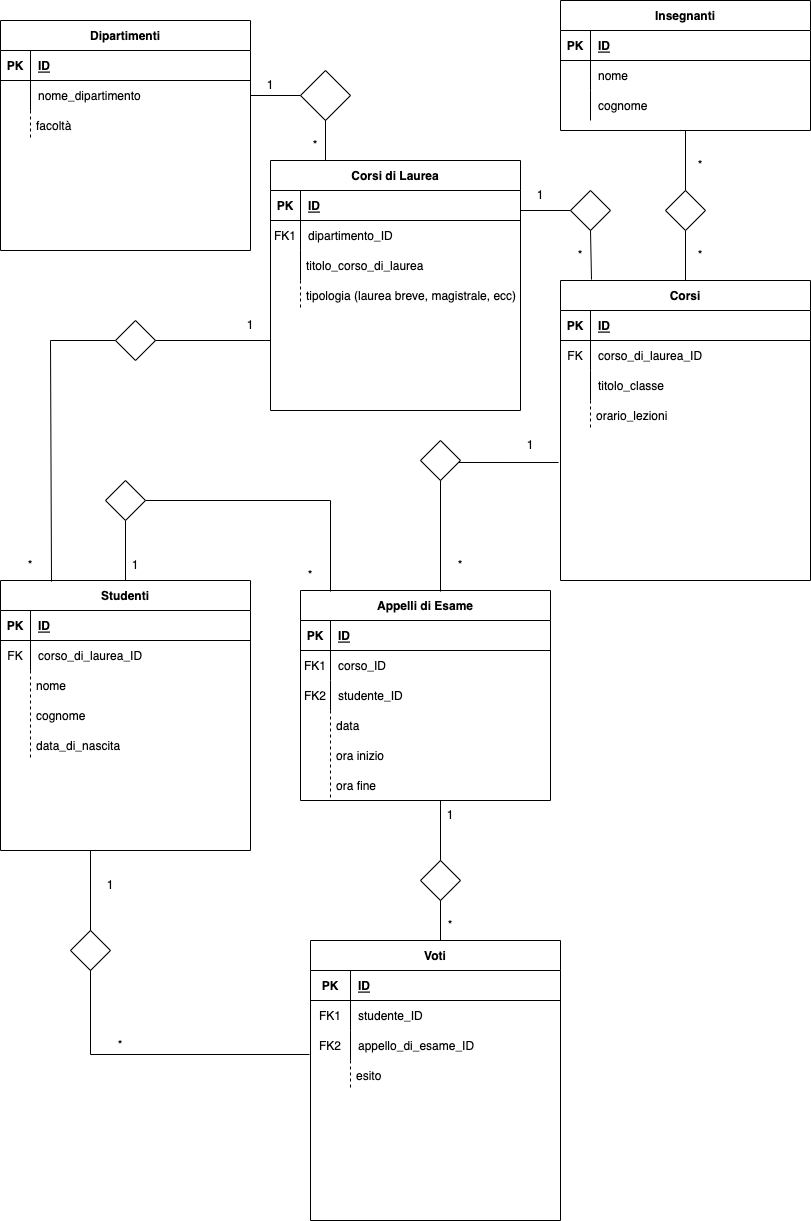
Above: revisionato.png in katiemathis/db-university (draw.io), before the change. Source tidied: cells renumbered, new cells last; positions are measured from the earlier drawing's top-left corner, leaving out a move shared by most shapes.
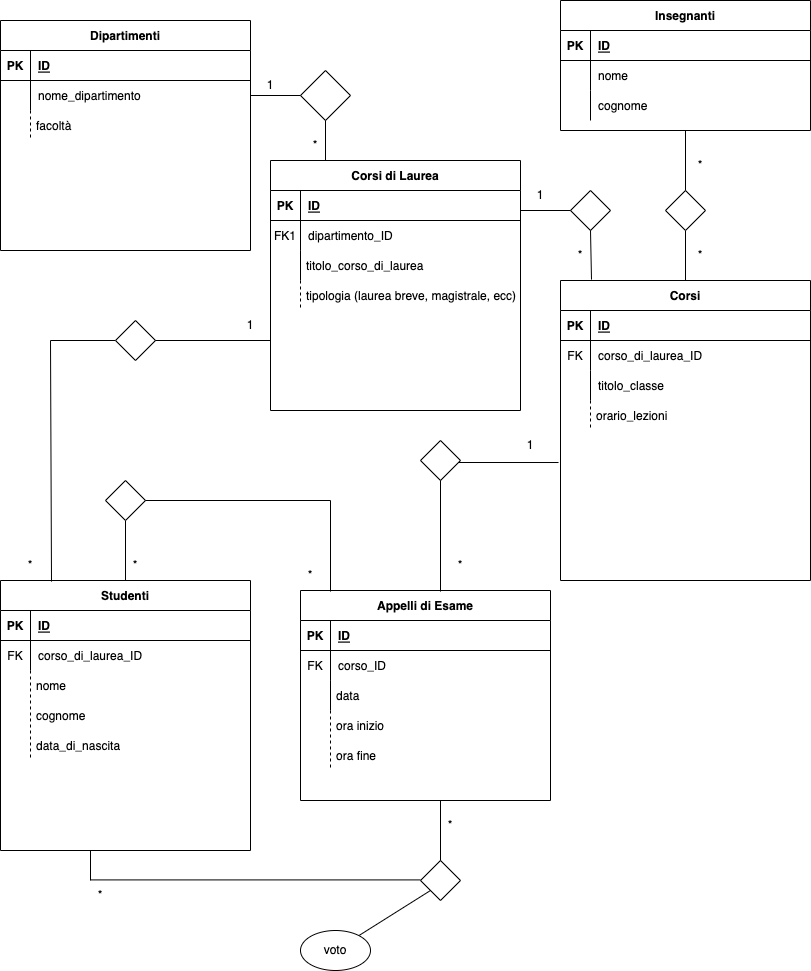
After the change.

The edit, as a diff of the source:
```diff
@@ -98,7 +98,7 @@
     <mxCell id="33" style="shape=partialRectangle;fillColor=none;top=0;left=0;right=0;bottom=0;" parent="29" vertex="1">
       <mxGeometry y="60" width="250" height="30" as="geometry" />
     </mxCell>
-    <mxCell id="34" value="FK1" style="shape=partialRectangle;overflow=hidden;fillColor=none;top=0;left=0;bottom=0;right=0;" parent="33" vertex="1">
+    <mxCell id="34" value="FK" style="shape=partialRectangle;overflow=hidden;fillColor=none;top=0;left=0;bottom=0;right=0;" parent="33" vertex="1">
       <mxGeometry width="30" height="30" as="geometry" />
     </mxCell>
     <mxCell id="35" value="corso_ID" style="shape=partialRectangle;overflow=hidden;fillColor=none;top=0;left=0;bottom=0;right=0;align=left;spacingLeft=6;" parent="33" vertex="1">
@@ -107,10 +107,10 @@
     <mxCell id="36" style="shape=partialRectangle;fillColor=none;top=0;left=0;right=0;bottom=0;" parent="29" vertex="1">
       <mxGeometry y="90" width="250" height="30" as="geometry" />
     </mxCell>
-    <mxCell id="37" value="FK2" style="shape=partialRectangle;overflow=hidden;fillColor=none;top=0;left=0;bottom=0;right=0;" parent="36" vertex="1">
+    <mxCell id="37" style="shape=partialRectangle;overflow=hidden;fillColor=none;top=0;left=0;bottom=0;right=0;" parent="36" vertex="1">
       <mxGeometry width="30" height="30" as="geometry" />
     </mxCell>
-    <mxCell id="38" value="studente_ID" style="shape=partialRectangle;overflow=hidden;fillColor=none;top=0;left=0;bottom=0;right=0;align=left;spacingLeft=6;" parent="36" vertex="1">
+    <mxCell id="38" style="shape=partialRectangle;overflow=hidden;fillColor=none;top=0;left=0;bottom=0;right=0;align=left;spacingLeft=6;" parent="36" vertex="1">
       <mxGeometry x="30" width="220" height="30" as="geometry" />
     </mxCell>
     <mxCell id="39" value="Insegnanti" style="shape=table;startSize=30;rowLines=0;fontStyle=1;align=center;" parent="1" vertex="1">
@@ -143,36 +143,6 @@
     <mxCell id="48" value="cognome" style="shape=partialRectangle;overflow=hidden;fillColor=none;top=0;left=0;bottom=0;right=0;align=left;spacingLeft=6;" parent="46" vertex="1">
       <mxGeometry x="30" width="220" height="30" as="geometry" />
     </mxCell>
-    <mxCell id="49" value="Voti" style="shape=table;startSize=30;rowLines=0;fontStyle=1;align=center;" parent="1" vertex="1">
-      <mxGeometry x="310" y="940" width="250" height="280" as="geometry" />
-    </mxCell>
-    <mxCell id="50" style="shape=partialRectangle;fillColor=none;top=0;left=0;right=0;bottom=1;" parent="49" vertex="1">
-      <mxGeometry y="30" width="250" height="30" as="geometry" />
-    </mxCell>
-    <mxCell id="51" value="PK" style="shape=partialRectangle;overflow=hidden;fillColor=none;top=0;left=0;bottom=0;right=0;fontStyle=1;" parent="50" vertex="1">
-      <mxGeometry width="40" height="30" as="geometry" />
-    </mxCell>
-    <mxCell id="52" value="ID" style="shape=partialRectangle;overflow=hidden;fillColor=none;top=0;left=0;bottom=0;right=0;align=left;spacingLeft=6;fontStyle=5;" parent="50" vertex="1">
-      <mxGeometry x="40" width="210" height="30" as="geometry" />
-    </mxCell>
-    <mxCell id="53" style="shape=partialRectangle;fillColor=none;top=0;left=0;right=0;bottom=0;" parent="49" vertex="1">
-      <mxGeometry y="60" width="250" height="30" as="geometry" />
-    </mxCell>
-    <mxCell id="54" value="FK1" style="shape=partialRectangle;overflow=hidden;fillColor=none;top=0;left=0;bottom=0;right=0;" parent="53" vertex="1">
-      <mxGeometry width="40" height="30" as="geometry" />
-    </mxCell>
-    <mxCell id="55" value="studente_ID" style="shape=partialRectangle;overflow=hidden;fillColor=none;top=0;left=0;bottom=0;right=0;align=left;spacingLeft=6;" parent="53" vertex="1">
-      <mxGeometry x="40" width="210" height="30" as="geometry" />
-    </mxCell>
-    <mxCell id="56" style="shape=tableRow;horizontal=0;startSize=0;swimlaneHead=0;swimlaneBody=0;fillColor=none;points=[[0,0.5],[1,0.5]];portConstraint=eastwest;top=0;left=0;right=0;bottom=0;" parent="49" vertex="1">
-      <mxGeometry y="90" width="250" height="30" as="geometry" />
-    </mxCell>
-    <mxCell id="57" value="FK2" style="shape=partialRectangle;fillColor=none;top=0;left=0;bottom=0;right=0;fontStyle=0;overflow=hidden;" parent="56" vertex="1">
-      <mxGeometry width="40" height="30" as="geometry" />
-    </mxCell>
-    <mxCell id="58" value="appello_di_esame_ID" style="shape=partialRectangle;fillColor=none;top=0;left=0;bottom=0;right=0;align=left;spacingLeft=6;fontStyle=0;overflow=hidden;" parent="56" vertex="1">
-      <mxGeometry x="40" width="210" height="30" as="geometry" />
-    </mxCell>
     <mxCell id="59" value="Studenti" style="shape=table;startSize=30;rowLines=0;fontStyle=1;align=center;" parent="1" vertex="1">
       <mxGeometry y="580" width="250" height="270" as="geometry" />
     </mxCell>
@@ -213,7 +183,7 @@
       <mxGeometry width="30" height="30" as="geometry" />
     </mxCell>
     <mxCell id="72" value="ora inizio" style="shape=partialRectangle;fillColor=none;align=left;verticalAlign=middle;strokeColor=none;spacingLeft=34;" parent="1" vertex="1">
-      <mxGeometry x="300" y="740" width="90" height="30" as="geometry" />
+      <mxGeometry x="300" y="710" width="90" height="30" as="geometry" />
     </mxCell>
     <mxCell id="73" style="shape=partialRectangle;top=0;left=0;bottom=0;fillColor=none;stokeWidth=1;dashed=1;align=left;verticalAlign=middle;spacingLeft=4;spacingRight=4;overflow=hidden;" parent="72" vertex="1">
       <mxGeometry width="30" height="30" as="geometry" />
@@ -315,11 +285,11 @@
         <mxPoint x="330" y="500" as="targetPoint" />
       </mxGeometry>
     </mxCell>
-    <mxCell id="100" value="1" style="text;html=1;strokeColor=none;fillColor=none;align=center;verticalAlign=middle;whiteSpace=wrap;rounded=0;" parent="1" vertex="1">
+    <mxCell id="100" value="*" style="text;html=1;strokeColor=none;fillColor=none;align=center;verticalAlign=middle;whiteSpace=wrap;rounded=0;" parent="1" vertex="1">
       <mxGeometry x="105" y="550" width="60" height="30" as="geometry" />
     </mxCell>
     <mxCell id="101" value="data" style="shape=partialRectangle;fillColor=none;align=left;verticalAlign=middle;strokeColor=none;spacingLeft=34;" parent="1" vertex="1">
-      <mxGeometry x="300" y="710" width="90" height="30" as="geometry" />
+      <mxGeometry x="300" y="680" width="90" height="30" as="geometry" />
     </mxCell>
     <mxCell id="102" style="shape=partialRectangle;top=0;left=0;bottom=0;fillColor=none;stokeWidth=1;dashed=1;align=left;verticalAlign=middle;spacingLeft=4;spacingRight=4;overflow=hidden;" parent="101" vertex="1">
       <mxGeometry width="30" height="30" as="geometry" />
@@ -354,39 +324,18 @@
         <mxPoint x="440" y="800" as="targetPoint" />
       </mxGeometry>
     </mxCell>
-    <mxCell id="112" style="endArrow=none;html=1;rounded=0;entryX=0.5;entryY=1;entryDx=0;entryDy=0;" parent="1" edge="1" target="110">
-      <mxGeometry relative="1" as="geometry">
-        <mxPoint x="440" y="940" as="sourcePoint" />
-      </mxGeometry>
-    </mxCell>
-    <mxCell id="113" value="1" style="text;html=1;strokeColor=none;fillColor=none;align=center;verticalAlign=middle;whiteSpace=wrap;rounded=0;" parent="1" vertex="1">
-      <mxGeometry x="420" y="800" width="60" height="30" as="geometry" />
+    <mxCell id="113" value="*" style="text;html=1;strokeColor=none;fillColor=none;align=center;verticalAlign=middle;whiteSpace=wrap;rounded=0;" parent="1" vertex="1">
+      <mxGeometry x="420" y="810" width="60" height="30" as="geometry" />
     </mxCell>
-    <mxCell id="114" value="*" style="text;html=1;strokeColor=none;fillColor=none;align=center;verticalAlign=middle;whiteSpace=wrap;rounded=0;" parent="1" vertex="1">
-      <mxGeometry x="420" y="910" width="60" height="30" as="geometry" />
-    </mxCell>
     <mxCell id="115" style="endArrow=none;html=1;rounded=0;" parent="1" edge="1">
       <mxGeometry relative="1" as="geometry">
-        <mxPoint x="90" y="930" as="sourcePoint" />
+        <mxPoint x="90" y="880" as="sourcePoint" />
         <mxPoint x="90" y="850" as="targetPoint" />
       </mxGeometry>
     </mxCell>
-    <mxCell id="116" style="rhombus;whiteSpace=wrap;html=1;" parent="1" vertex="1">
-      <mxGeometry x="70" y="930" width="40" height="40" as="geometry" />
-    </mxCell>
-    <mxCell id="117" style="endArrow=none;html=1;rounded=0;exitX=0.5;exitY=1;exitDx=0;exitDy=0;entryX=-0.004;entryY=0.8;entryDx=0;entryDy=0;entryPerimeter=0;" parent="1" edge="1" source="116" target="56">
-      <mxGeometry relative="1" as="geometry">
-        <Array as="points">
-          <mxPoint x="90" y="1054" />
-        </Array>
-      </mxGeometry>
-    </mxCell>
-    <mxCell id="118" value="1" style="text;html=1;strokeColor=none;fillColor=none;align=center;verticalAlign=middle;whiteSpace=wrap;rounded=0;" parent="1" vertex="1">
-      <mxGeometry x="80" y="870" width="60" height="30" as="geometry" />
+    <mxCell id="118" value="*" style="text;html=1;strokeColor=none;fillColor=none;align=center;verticalAlign=middle;whiteSpace=wrap;rounded=0;" parent="1" vertex="1">
+      <mxGeometry x="70" y="880" width="60" height="30" as="geometry" />
     </mxCell>
-    <mxCell id="119" value="*" style="text;html=1;strokeColor=none;fillColor=none;align=center;verticalAlign=middle;whiteSpace=wrap;rounded=0;" parent="1" vertex="1">
-      <mxGeometry x="90" y="1030" width="60" height="30" as="geometry" />
-    </mxCell>
     <mxCell id="120" style="endArrow=none;html=1;rounded=0;exitX=0.204;exitY=0.004;exitDx=0;exitDy=0;exitPerimeter=0;entryX=0;entryY=0.5;entryDx=0;entryDy=0;" parent="1" edge="1" source="59" target="121">
       <mxGeometry relative="1" as="geometry">
         <Array as="points">
@@ -409,16 +358,27 @@
       <mxGeometry x="220" y="310" width="60" height="30" as="geometry" />
     </mxCell>
     <mxCell id="125" value="ora fine" style="shape=partialRectangle;fillColor=none;align=left;verticalAlign=middle;strokeColor=none;spacingLeft=34;" parent="1" vertex="1">
-      <mxGeometry x="300" y="770" width="90" height="30" as="geometry" />
+      <mxGeometry x="300" y="740" width="90" height="30" as="geometry" />
     </mxCell>
     <mxCell id="126" style="shape=partialRectangle;top=0;left=0;bottom=0;fillColor=none;stokeWidth=1;dashed=1;align=left;verticalAlign=middle;spacingLeft=4;spacingRight=4;overflow=hidden;" parent="125" vertex="1">
       <mxGeometry width="30" height="30" as="geometry" />
     </mxCell>
-    <mxCell id="127" value="esito" style="shape=partialRectangle;fillColor=none;align=left;verticalAlign=middle;strokeColor=none;spacingLeft=34;" parent="1" vertex="1">
-      <mxGeometry x="320" y="1060" width="90" height="30" as="geometry" />
-    </mxCell>
-    <mxCell id="128" style="shape=partialRectangle;top=0;left=0;bottom=0;fillColor=none;stokeWidth=1;dashed=1;align=left;verticalAlign=middle;spacingLeft=4;spacingRight=4;overflow=hidden;" parent="127" vertex="1">
-      <mxGeometry width="30" height="30" as="geometry" />
-    </mxCell>
+    <mxCell id="129" style="endArrow=none;html=1;rounded=0;exitX=1;exitY=0.5;exitDx=0;exitDy=0;" parent="1" edge="1">
+      <mxGeometry relative="1" as="geometry">
+        <mxPoint x="90" y="879.4" as="sourcePoint" />
+        <mxPoint x="420" y="879.4" as="targetPoint" />
+      </mxGeometry>
+    </mxCell>
+    <mxCell id="130" style="endArrow=none;html=1;rounded=0;" parent="1" edge="1" target="131">
+      <mxGeometry relative="1" as="geometry">
+        <mxPoint x="430" y="890" as="sourcePoint" />
+        <Array as="points">
+          <mxPoint x="430" y="890" />
+        </Array>
+      </mxGeometry>
+    </mxCell>
+    <mxCell id="131" value="voto" style="ellipse;whiteSpace=wrap;html=1;" parent="1" vertex="1">
+      <mxGeometry x="300" y="930" width="70" height="40" as="geometry" />
+    </mxCell>
   </root>
 </mxGraphModel>
```
